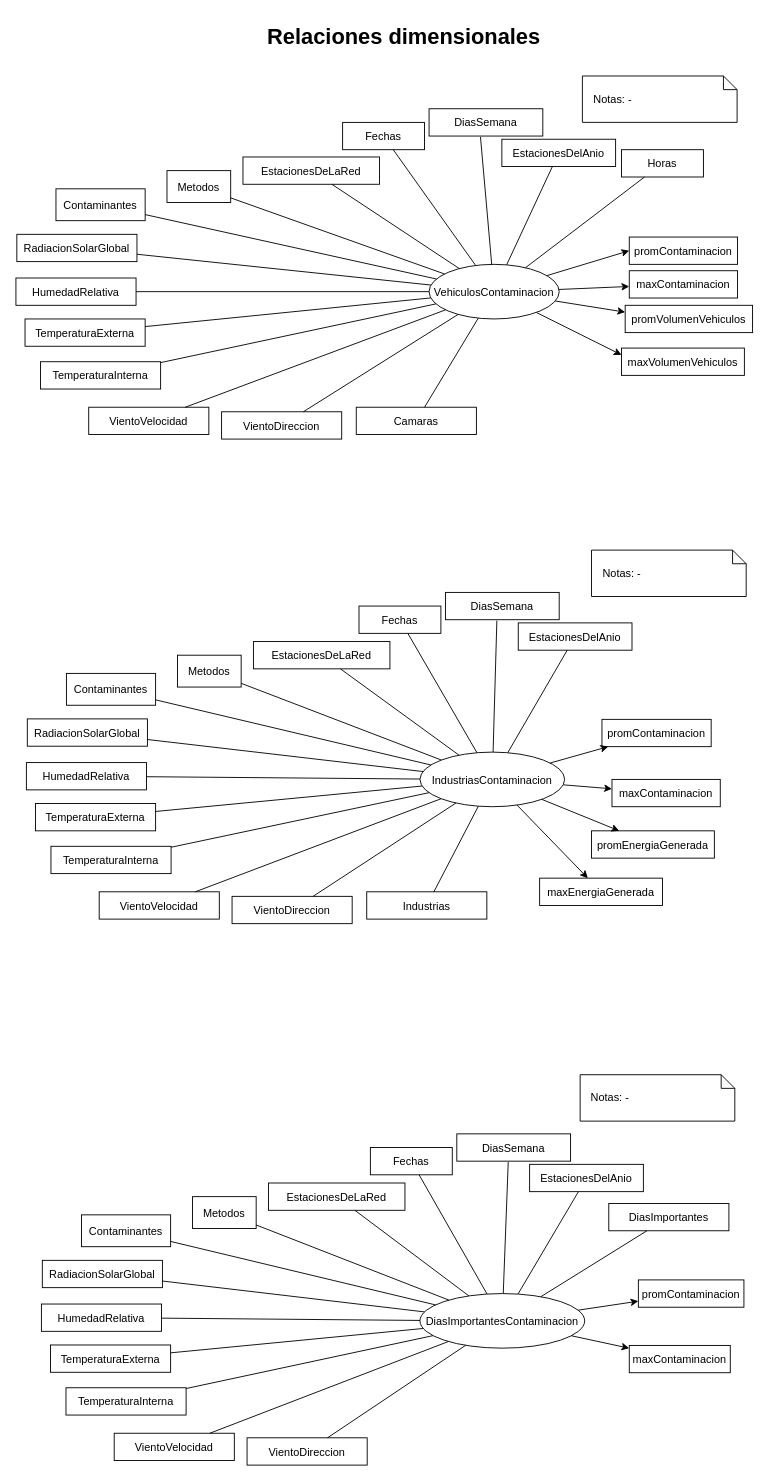
This is 2. Diseño conceptual/Relaciones dimensionales.drawio.xml from gonzalomelov/dw-calidad-aire-docs, a draw.io file, before an edit. Source tidied: cells renumbered, new cells numbered last; positions are measured from the earlier drawing's top-left corner, leaving out a move shared by most shapes. Both pictures are drawn from the tidied source at 91%, with x=0, y=0 at pixel (15, 15).
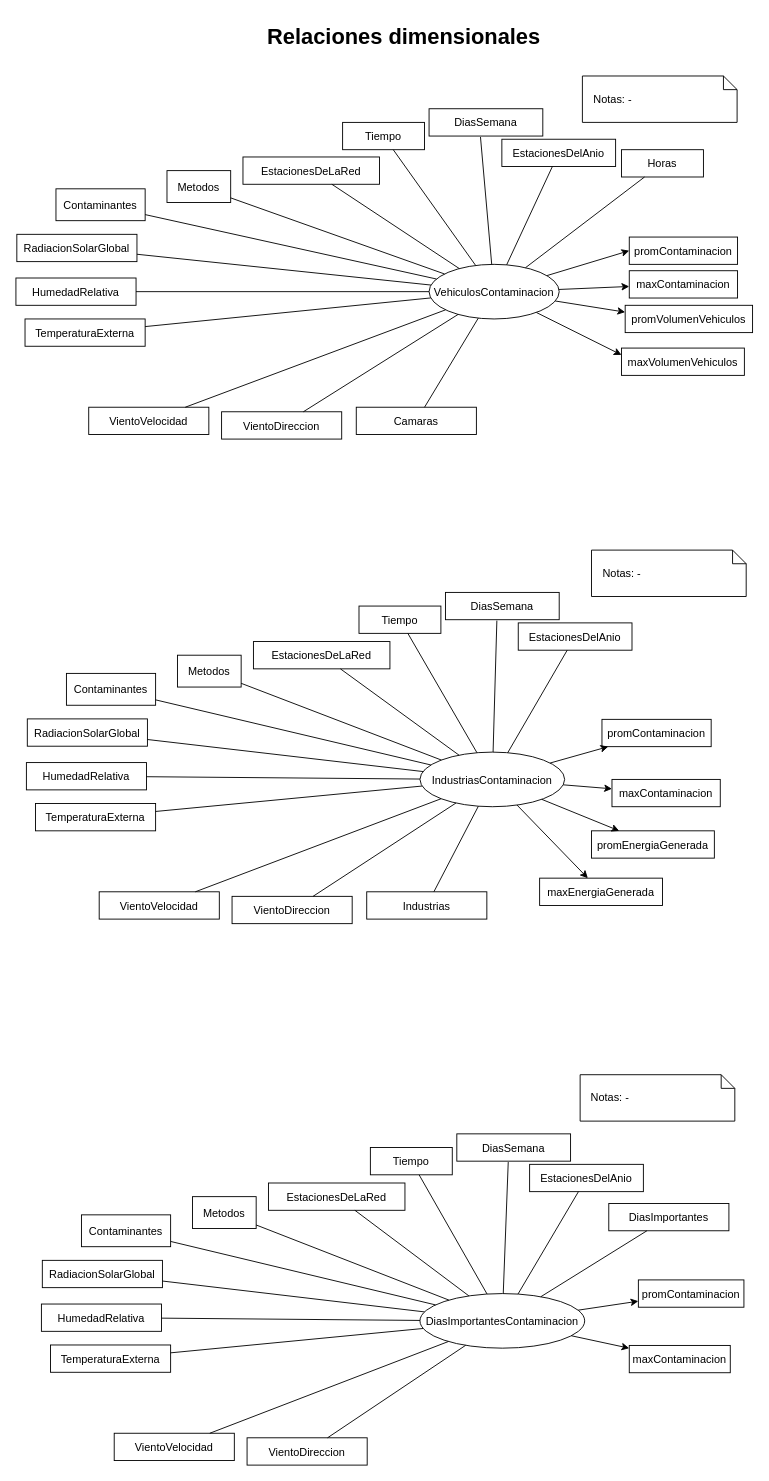
Above is the later version.

The change refers to these unchanged cells:
```xml
<mxCell id="9" value="IndustriasContaminacion" style="ellipse;" parent="1" vertex="1">
  <mxGeometry x="444" y="809" width="159" height="60" as="geometry" />
</mxCell>
<mxCell id="40" value="VehiculosContaminacion" style="ellipse;" parent="1" vertex="1">
  <mxGeometry x="454" y="273" width="143" height="60" as="geometry" />
</mxCell>
<mxCell id="64" value="DiasImportantesContaminacion" style="ellipse;" parent="1" vertex="1">
  <mxGeometry x="444" y="1404" width="181" height="60" as="geometry" />
</mxCell>
```

The edit, as a diff of the source:
```diff
@@
-    <mxCell id="27" value="TemperaturaInterna" parent="1" vertex="1">
-      <mxGeometry x="38.5" y="912.5" width="132" height="30" as="geometry" />
-    </mxCell>
@@
-    <mxCell id="31" style="edgeStyle=none;endArrow=none;" parent="1" edge="1" source="9" target="27">
-      <mxGeometry relative="1" as="geometry" />
-    </mxCell>
@@
-    <mxCell id="38" value="Fechas" parent="1" vertex="1">
+    <mxCell id="38" value="Tiempo" parent="1" vertex="1">
       <mxGeometry x="359" y="117" width="90" height="30" as="geometry" />
     </mxCell>
@@
-    <mxCell id="51" value="TemperaturaInterna" parent="1" vertex="1">
-      <mxGeometry x="27" y="380" width="132" height="30" as="geometry" />
-    </mxCell>
@@
-    <mxCell id="55" style="edgeStyle=none;endArrow=none;" parent="1" edge="1" source="40" target="51">
-      <mxGeometry relative="1" as="geometry" />
-    </mxCell>
@@
-    <mxCell id="74" value="TemperaturaInterna" parent="1" vertex="1">
-      <mxGeometry x="55" y="1507.5" width="132" height="30" as="geometry" />
-    </mxCell>
@@
-    <mxCell id="78" style="edgeStyle=none;endArrow=none;" parent="1" edge="1" source="64" target="74">
-      <mxGeometry relative="1" as="geometry" />
-    </mxCell>
@@
-    <mxCell id="94" value="Fechas" parent="1" vertex="1">
+    <mxCell id="94" value="Tiempo" parent="1" vertex="1">
       <mxGeometry x="377" y="648.5" width="90" height="30" as="geometry" />
     </mxCell>
@@
-    <mxCell id="100" value="Fechas" parent="1" vertex="1">
+    <mxCell id="100" value="Tiempo" parent="1" vertex="1">
       <mxGeometry x="389.5" y="1243.5" width="90" height="30" as="geometry" />
     </mxCell>
```
